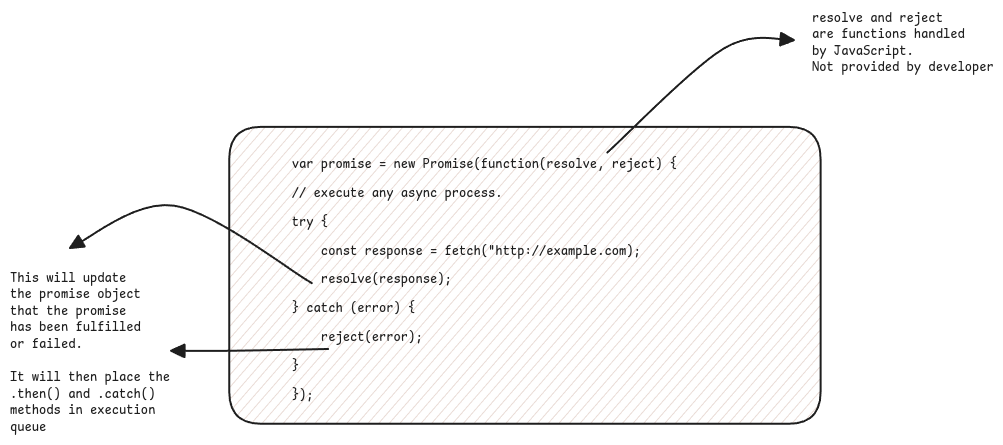
Above: static/img/promise.excalidraw.png in swaroopar/inprogress-engineer (Excalidraw), before the change. Source tidied: one line per element, renumbered; positions are measured from the earlier drawing's top-left corner, leaving out a move shared by most shapes.
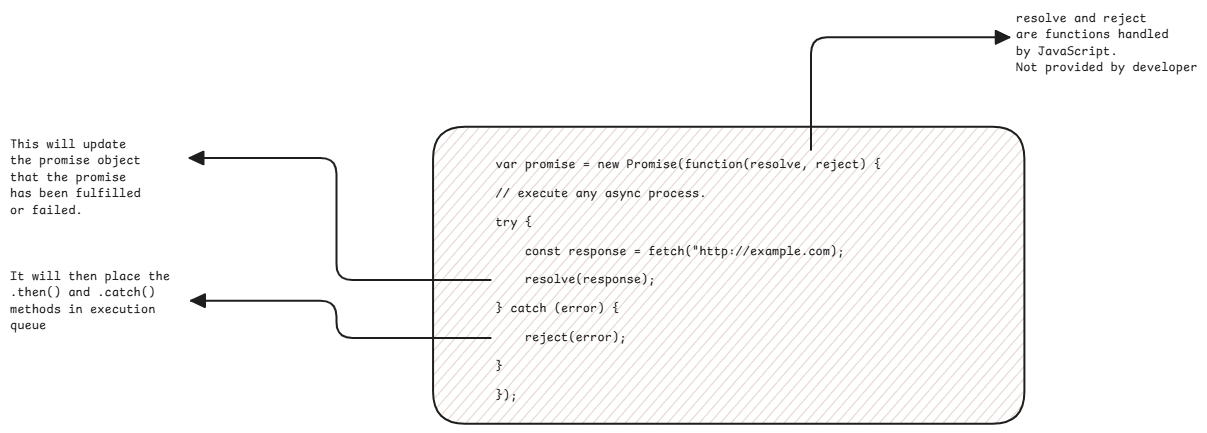
After the change.

What changed in the source:
```diff
@@ -8,8 +8,8 @@
 {"id": 7, "type": "text", "text": "    reject(error);", "strokeColor": "#1e1e1e", "strokeWidth": 2, "roughness": 0, "fontSize": 13.22, "fontFamily": 8, "x": 282, "y": 320, "width": 131, "height": 17}
 {"id": 8, "type": "text", "text": "}", "strokeColor": "#1e1e1e", "strokeWidth": 2, "roughness": 0, "fontSize": 13.22, "fontFamily": 8, "x": 282, "y": 349, "width": 7, "height": 17}
 {"id": 9, "type": "text", "text": "});", "strokeColor": "#1e1e1e", "strokeWidth": 2, "roughness": 0, "fontSize": 13.22, "fontFamily": 8, "x": 282, "y": 378, "width": 22, "height": 17}
-{"id": 10, "type": "arrow", "strokeColor": "#1e1e1e", "strokeWidth": 2, "roughness": 0, "endArrowhead": "triangle", "round": true, "from": 1, "x": 597, "y": 143, "width": 187, "height": 112, "points": [[0, 0], [116, -104], [187, -112]]}
+{"id": 10, "type": "arrow", "strokeColor": "#1e1e1e", "strokeWidth": 2, "roughness": 0, "endArrowhead": "triangle", "from": 1, "to": 11, "x": 597, "y": 140, "width": 198, "height": 112, "points": [[0, 0], [0, -112], [198, -112]]}
 {"id": 11, "type": "text", "text": "resolve and reject\nare functions handled \nby JavaScript. \nNot provided by developer", "strokeColor": "#1e1e1e", "strokeWidth": 2, "roughness": 0, "fontSize": 13.22, "fontFamily": 8, "x": 802, "y": 0, "width": 182, "height": 66}
-{"id": 12, "type": "text", "text": "This will update \nthe promise object \nthat the promise \nhas been fulfilled \nor failed.\n\nIt will then place the \n.then() and .catch()\nmethods in execution\nqueue", "strokeColor": "#1e1e1e", "backgroundColor": "#ffffff", "fillStyle": "hachure", "strokeWidth": 2, "roughness": 0, "fontSize": 13.22, "fontFamily": 8, "x": 0, "y": 260, "width": 167, "height": 165}
+{"id": 12, "type": "text", "text": "This will update \nthe promise object \nthat the promise \nhas been fulfilled \nor failed.\n\n\n\nIt will then place the \n.then() and .catch()\nmethods in execution\nqueue", "strokeColor": "#1e1e1e", "backgroundColor": "#ffffff", "fillStyle": "hachure", "strokeWidth": 2, "roughness": 0, "fontSize": 13.22, "fontFamily": 8, "x": -204, "y": 126, "width": 167, "height": 198}
-{"id": 13, "type": "arrow", "strokeColor": "#1e1e1e", "backgroundColor": "#eaddd7", "fillStyle": "hachure", "strokeWidth": 2, "roughness": 0, "endArrowhead": "triangle", "round": true, "x": 302, "y": 273, "width": 242, "height": 78, "points": [[0, 0], [-138, -78], [-242, -35]]}
-{"id": 14, "type": "arrow", "strokeColor": "#1e1e1e", "backgroundColor": "#ffffff", "fillStyle": "hachure", "strokeWidth": 2, "roughness": 0, "endArrowhead": "triangle", "round": true, "from": 7, "to": 12, "x": 318, "y": 339, "width": 157, "height": 2, "points": [[0, 0], [-99, 2], [-157, 2]]}
+{"id": 14, "type": "arrow", "strokeColor": "#1e1e1e", "backgroundColor": "#ffffff", "fillStyle": "hachure", "strokeWidth": 2, "roughness": 0, "endArrowhead": "triangle", "from": 7, "to": 12, "x": 277, "y": 328, "width": 299, "height": 37, "points": [[0, 0], [-154, 0], [-154, -37], [-299, -37]]}
+{"id": 15, "type": "arrow", "strokeColor": "#1e1e1e", "strokeWidth": 2, "roughness": 0, "endArrowhead": "triangle", "from": 5, "to": 12, "x": 277, "y": 270, "width": 301, "height": 122, "points": [[0, 0], [-154, 0], [-154, -122], [-301, -122]]}
```
